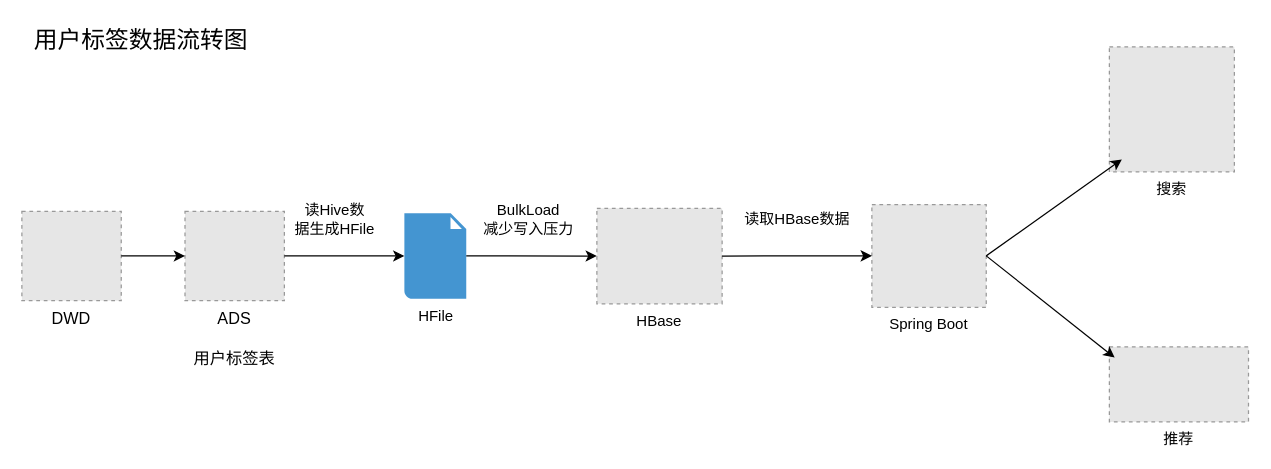
Above: 用户画像流程图.drawio in chuangehh/architecture_diagram (draw.io), before the change. Source tidied: cells renumbered, new cells numbered last; positions are measured from the earlier drawing's top-left corner, leaving out a move shared by most shapes. Both pictures are drawn from the tidied source at 125%, with x=0, y=0 at pixel (21, 21). Pictures stored in the file or linked from it are replaced by grey dashed boxes.
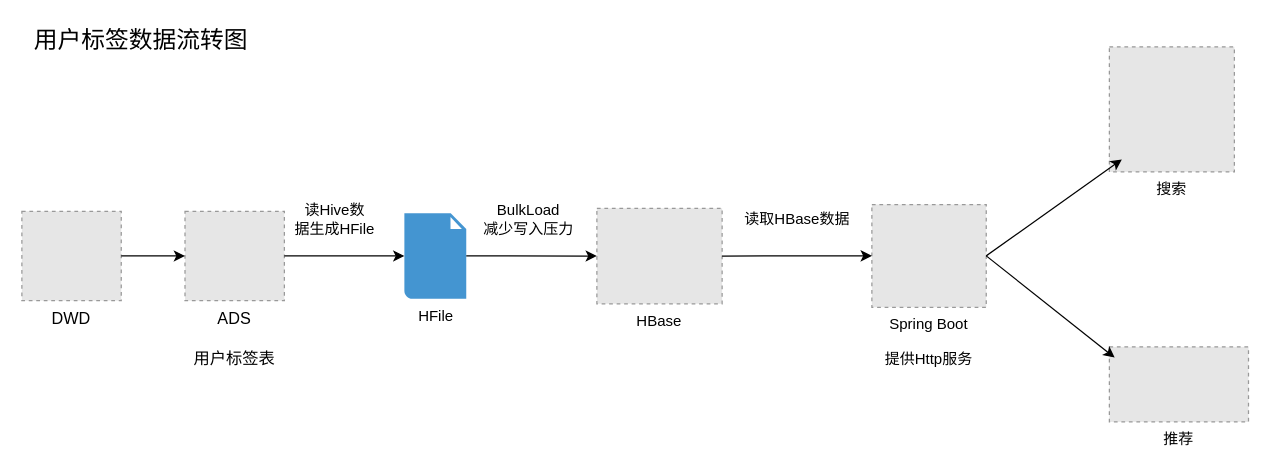
The same diagram, later.

Commit message (it also covers changes not shown here):
更新用户画像流程图.drawio

The edit, as a diff of the source:
```diff
@@
 <mxGraphModel>
   <root>
     <mxCell id="0" />
     <mxCell id="1" parent="0" />
     <mxCell id="2" value="DWD" style="fillColor=#E6E6E6;strokeColor=#999999;dashed=1;verticalLabelPosition=bottom;verticalAlign=top;fontSize=13;" parent="1" vertex="1">
       <mxGeometry y="151.5" width="79.5" height="71.5" as="geometry" />
     </mxCell>
     <mxCell id="3" value="ADS&#10;&#10;用户标签表" style="fillColor=#E6E6E6;strokeColor=#999999;dashed=1;verticalLabelPosition=bottom;verticalAlign=top;fontSize=13;" parent="1" vertex="1">
       <mxGeometry x="130.5" y="151.5" width="79.5" height="71.5" as="geometry" />
     </mxCell>
     <mxCell id="4" style="endArrow=classic;html=1;rounded=0;exitX=1;exitY=0.5;exitDx=0;exitDy=0;entryX=0;entryY=0.5;entryDx=0;entryDy=0;" parent="1" edge="1" source="2" target="3">
       <mxGeometry relative="1" as="geometry" />
     </mxCell>
     <mxCell id="5" value="HFile" style="shadow=0;dashed=0;html=1;strokeColor=none;fillColor=#4495D1;labelPosition=center;verticalLabelPosition=bottom;verticalAlign=top;align=center;outlineConnect=0;shape=mxgraph.veeam.2d.file;" parent="1" vertex="1">
       <mxGeometry x="306" y="153" width="49.5" height="68.5" as="geometry" />
     </mxCell>
     <mxCell id="6" style="endArrow=classic;html=1;rounded=0;" parent="1" edge="1" source="3" target="5">
       <mxGeometry relative="1" as="geometry" />
     </mxCell>
     <mxCell id="7" style="endArrow=classic;html=1;rounded=0;entryX=0;entryY=0.5;entryDx=0;entryDy=0;" parent="1" edge="1" source="5" target="8">
       <mxGeometry relative="1" as="geometry" />
     </mxCell>
     <mxCell id="8" value="HBase" style="fillColor=#E6E6E6;strokeColor=#999999;dashed=1;verticalLabelPosition=bottom;labelBackgroundColor=default;verticalAlign=top;" parent="1" vertex="1">
       <mxGeometry x="460" y="149.1" width="100.2" height="76.4" as="geometry" />
     </mxCell>
     <mxCell id="9" value="BulkLoad&lt;br&gt;减少写入压力" style="text;html=1;align=center;verticalAlign=middle;strokeColor=none;fillColor=none;" parent="1" vertex="1">
       <mxGeometry x="360" y="142.6" width="90" height="30" as="geometry" />
     </mxCell>
     <mxCell id="10" value="读Hive数&lt;br&gt;据生成HFile" style="text;html=1;align=center;verticalAlign=middle;strokeColor=none;fillColor=none;" parent="1" vertex="1">
       <mxGeometry x="210" y="142.6" width="80" height="30" as="geometry" />
     </mxCell>
     <mxCell id="11" value="用户标签数据流转图" style="text;html=1;align=center;verticalAlign=middle;strokeColor=none;fillColor=none;strokeWidth=1;fontSize=19;" parent="1" vertex="1">
       <mxGeometry width="190" height="30" as="geometry" />
     </mxCell>
-    <mxCell id="12" value="Spring Boot" style="fillColor=#E6E6E6;strokeColor=#999999;dashed=1;verticalLabelPosition=bottom;labelBackgroundColor=default;verticalAlign=top;" parent="1" vertex="1">
+    <mxCell id="12" value="Spring Boot&#10;&#10;提供Http服务" style="fillColor=#E6E6E6;strokeColor=#999999;dashed=1;verticalLabelPosition=bottom;labelBackgroundColor=default;verticalAlign=top;" parent="1" vertex="1">
       <mxGeometry x="680" y="146.1" width="91.5" height="82.2" as="geometry" />
     </mxCell>
     <mxCell id="13" style="endArrow=classic;html=1;rounded=0;exitX=1;exitY=0.5;exitDx=0;exitDy=0;entryX=0;entryY=0.5;entryDx=0;entryDy=0;" parent="1" edge="1" source="8" target="12">
       <mxGeometry relative="1" as="geometry" />
     </mxCell>
     <mxCell id="14" value="读取HBase数据" style="text;html=1;align=center;verticalAlign=middle;strokeColor=none;fillColor=none;fontSize=12;" parent="1" vertex="1">
       <mxGeometry x="570" y="147.6" width="100" height="20" as="geometry" />
     </mxCell>
     <mxCell id="15" value="搜索" style="fillColor=#E6E6E6;strokeColor=#999999;dashed=1;verticalLabelPosition=bottom;labelBackgroundColor=default;verticalAlign=top;" parent="1" vertex="1">
       <mxGeometry x="870" y="20" width="100" height="100" as="geometry" />
     </mxCell>
     <mxCell id="16" value="推荐" style="fillColor=#E6E6E6;strokeColor=#999999;dashed=1;verticalLabelPosition=bottom;labelBackgroundColor=default;verticalAlign=top;" parent="1" vertex="1">
       <mxGeometry x="870" y="260" width="111.3" height="60" as="geometry" />
     </mxCell>
     <mxCell id="17" style="endArrow=classic;html=1;rounded=0;exitX=1;exitY=0.5;exitDx=0;exitDy=0;entryX=0.1;entryY=0.9;entryDx=0;entryDy=0;entryPerimeter=0;" parent="1" edge="1" source="12" target="15">
       <mxGeometry relative="1" as="geometry" />
     </mxCell>
     <mxCell id="18" style="endArrow=classic;html=1;rounded=0;entryX=0.038;entryY=0.143;entryDx=0;entryDy=0;entryPerimeter=0;exitX=1;exitY=0.5;exitDx=0;exitDy=0;" parent="1" edge="1" source="12" target="16">
       <mxGeometry relative="1" as="geometry" />
     </mxCell>
   </root>
 </mxGraphModel>
```
